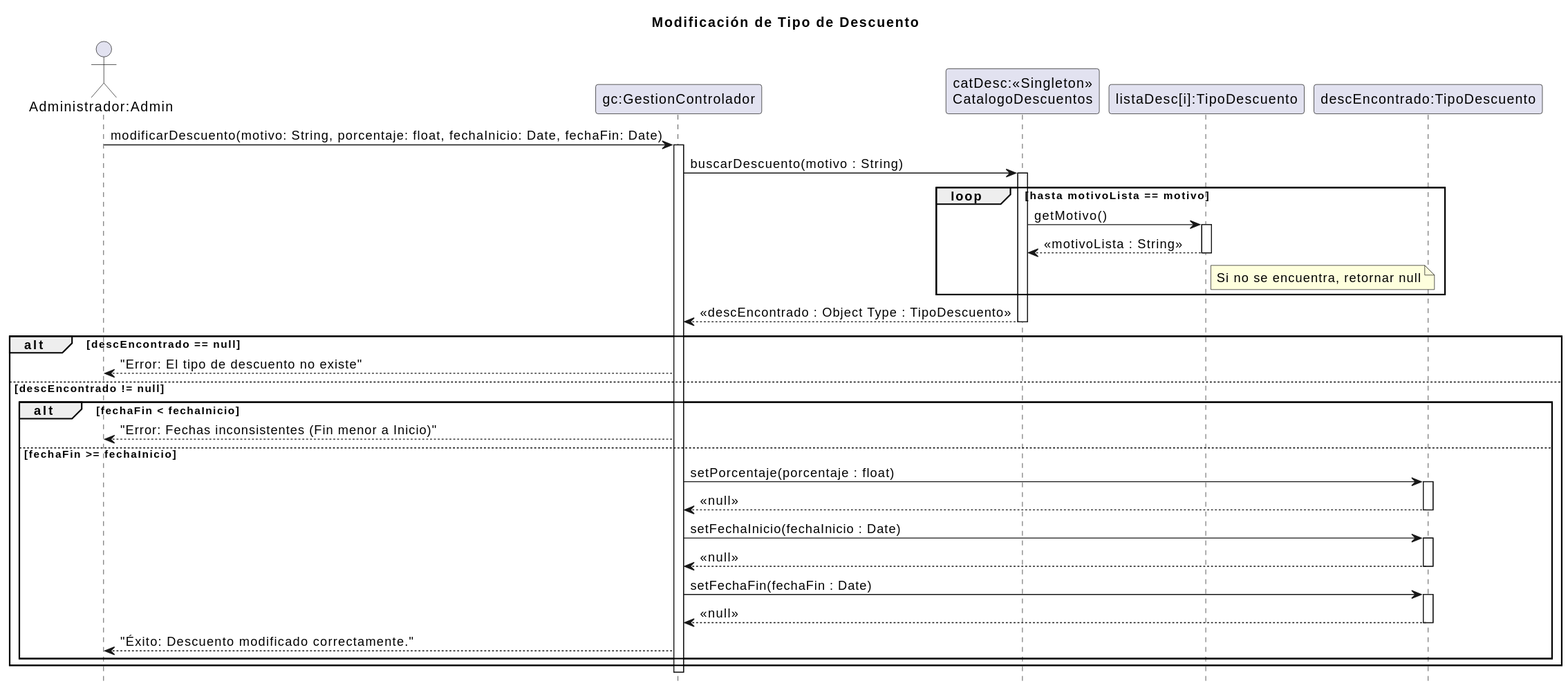
Above: 08 - Diagramas de Secuencia de Diseño/ModificarTipoDescuento/TipoDescuento.svg in zEzequR/PF-I (PlantUML), before the change.
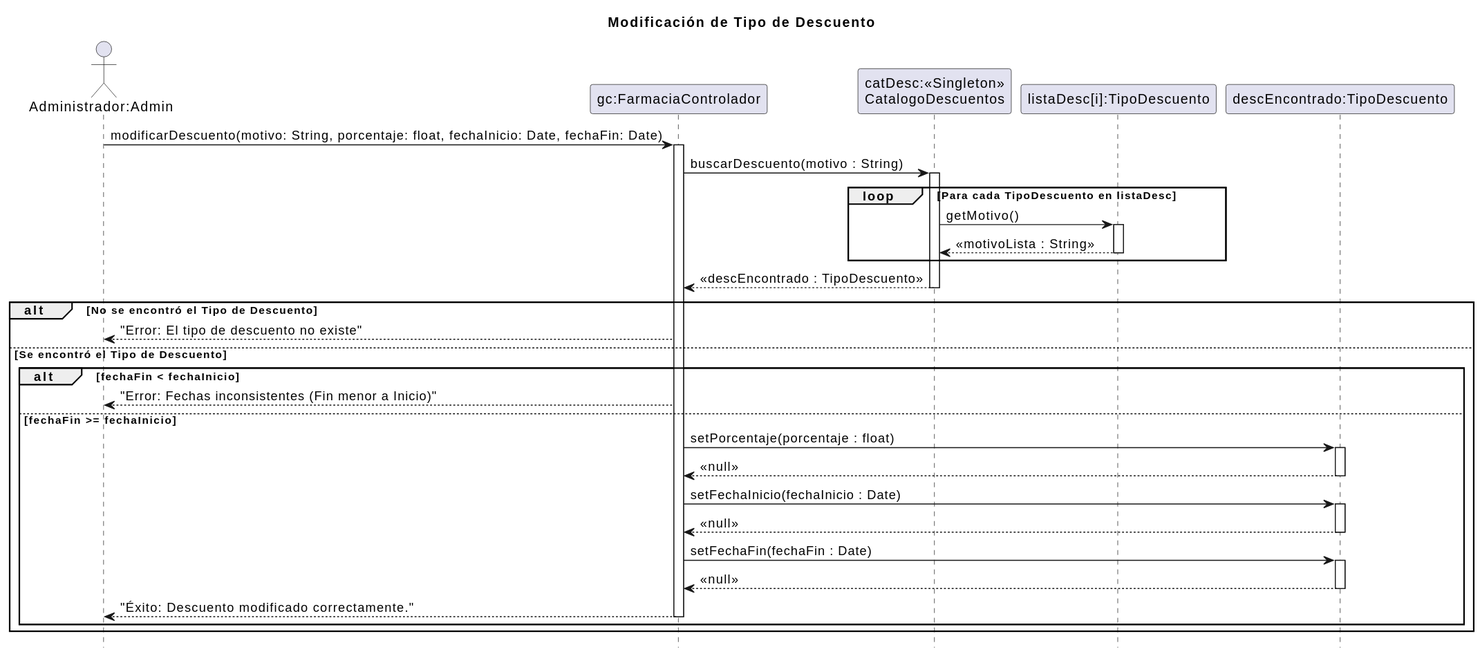
Above is the later version.

The edit, as a diff of the source:
```diff
@@ -3,7 +3,7 @@
 hide footbox
 
 actor "Administrador:Admin" as admin
-participant "gc:GestionControlador" as ctrl
+participant "gc:FarmaciaControlador" as ctrl
 participant "catDesc:<<Singleton>>\nCatalogoDescuentos" as cat
 participant "listaDesc[i]:TipoDescuento" as listTD
 participant "descEncontrado:TipoDescuento" as td
@@ -14,24 +14,22 @@
 ctrl -> cat : buscarDescuento(motivo : String)
 activate cat
 
-loop hasta motivoLista == motivo
+loop Para cada TipoDescuento en listaDesc
     cat -> listTD : getMotivo()
     activate listTD
     listTD --> cat : <<motivoLista : String>>
 
-    note right of listTD : Si no se encuentra, retornar null
-
     deactivate listTD
 end
 
-cat --> ctrl : <<descEncontrado : Object Type : TipoDescuento>>
+cat --> ctrl : <<descEncontrado : TipoDescuento>>
 deactivate cat
 
-alt descEncontrado == null
+alt No se encontró el Tipo de Descuento
 
     ctrl --> admin : "Error: El tipo de descuento no existe"
 
-else descEncontrado != null
+else Se encontró el Tipo de Descuento
 
     alt fechaFin < fechaInicio
 
@@ -55,10 +53,9 @@
         deactivate td
 
         ctrl --> admin : "Éxito: Descuento modificado correctamente."
+        deactivate ctrl
 
     end
 
 end
-
-deactivate ctrl
 @enduml
```
